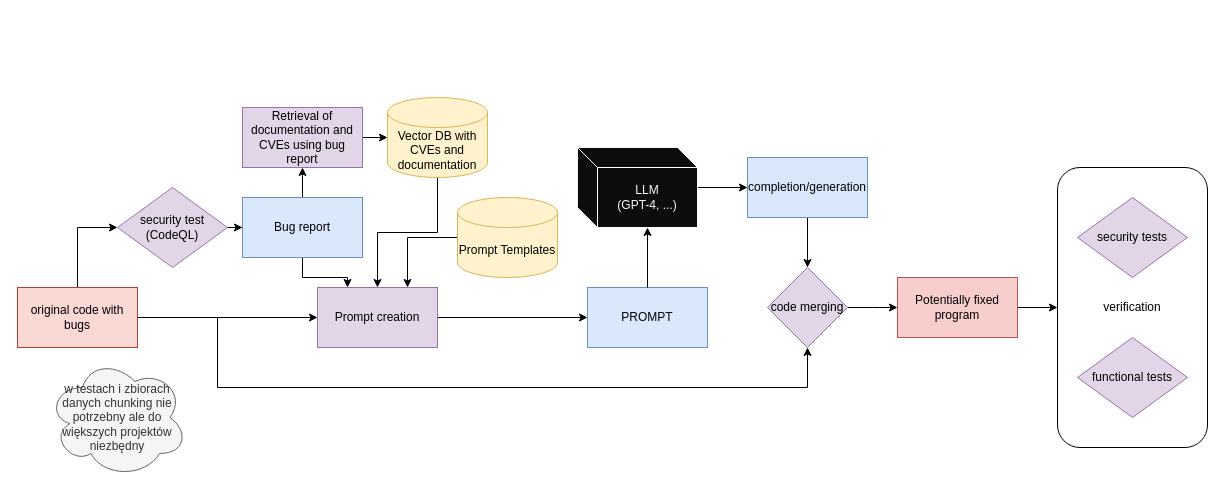
The draw.io diagram gptester.drawio in 70ziko/gptester, before the edit. Source tidied: cells renumbered, new cells numbered last; positions are measured from the earlier drawing's top-left corner, leaving out a move shared by most shapes. Both pictures are drawn from the tidied source at 100%, with x=0, y=0 at pixel (17, 97).
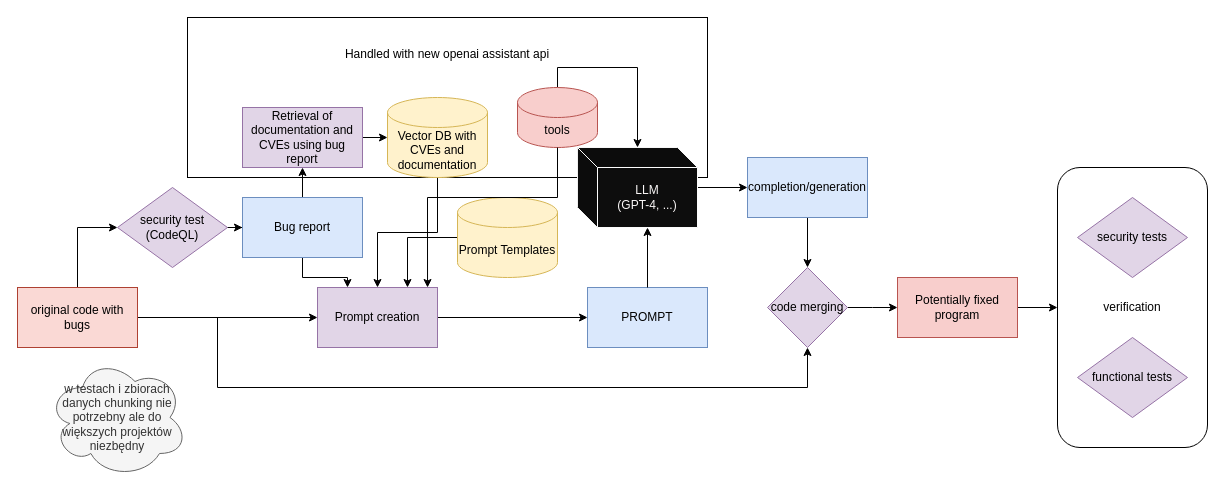
The same diagram, later.

Unchanged cells that the change refers to:
```xml
<mxCell id="18" value="Prompt creation" style="rounded=0;whiteSpace=wrap;html=1;fillColor=#e1d5e7;strokeColor=#9673a6;" parent="1" vertex="1">
  <mxGeometry x="300" y="190" width="120" height="60" as="geometry" />
</mxCell>
<mxCell id="21" value="&lt;div&gt;LLM&lt;/div&gt;&lt;div&gt;(GPT-4, ...)&lt;br&gt;&lt;/div&gt;" style="shape=cube;whiteSpace=wrap;html=1;boundedLbl=1;backgroundOutline=1;darkOpacity=0.05;darkOpacity2=0.1;fillColor=#0D0D0D;strokeColor=#FCFCFC;fontColor=#FAF7F7;" parent="1" vertex="1">
  <mxGeometry x="560" y="50" width="120" height="80" as="geometry" />
</mxCell>
```

The edit, as a diff of the source:
```diff
@@
+    <mxCell id="33" value="&lt;div&gt;Handled with new openai assistant api&lt;/div&gt;&lt;div&gt;&lt;br&gt;&lt;/div&gt;&lt;div&gt;&lt;br&gt;&lt;/div&gt;&lt;div&gt;&lt;br&gt;&lt;/div&gt;&lt;div&gt;&lt;br&gt;&lt;/div&gt;&lt;div&gt;&lt;br&gt;&lt;/div&gt;&lt;div&gt;&lt;br&gt;&lt;/div&gt;" style="rounded=0;whiteSpace=wrap;html=1;fillColor=none;" parent="1" vertex="1">
+      <mxGeometry x="170" y="-80" width="520" height="160" as="geometry" />
+    </mxCell>
@@
+    <mxCell id="34" style="edgeStyle=orthogonalEdgeStyle;rounded=0;jettySize=auto;html=1;" parent="1" edge="1" source="35" target="21">
+      <mxGeometry relative="1" as="geometry">
+        <Array as="points">
+          <mxPoint x="540" y="-30" />
+          <mxPoint x="620" y="-30" />
+        </Array>
+      </mxGeometry>
+    </mxCell>
+    <mxCell id="35" value="tools" style="shape=cylinder3;whiteSpace=wrap;html=1;boundedLbl=1;backgroundOutline=1;size=15;fillColor=#f8cecc;strokeColor=#b85450;" parent="1" vertex="1">
+      <mxGeometry x="500" y="-10" width="80" height="60" as="geometry" />
+    </mxCell>
+    <mxCell id="36" style="edgeStyle=orthogonalEdgeStyle;rounded=0;jettySize=auto;html=1;entryX=0.917;entryY=0;entryDx=0;entryDy=0;entryPerimeter=0;" parent="1" edge="1" source="35" target="18">
+      <mxGeometry relative="1" as="geometry">
+        <Array as="points">
+          <mxPoint x="540" y="100" />
+          <mxPoint x="410" y="100" />
+        </Array>
+      </mxGeometry>
+    </mxCell>
```
